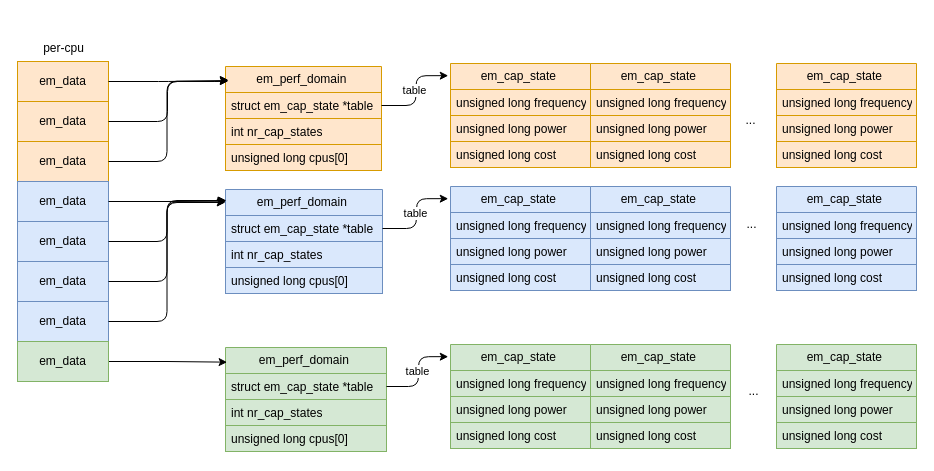
jasonactions/graph keeps this draw.io diagram as energy_model.drawio. Above is the earlier version. Source tidied: cells renumbered, new cells numbered last; positions are measured from the earlier drawing's top-left corner, leaving out a move shared by most shapes. Both pictures are drawn from the tidied source at 100%, with x=0, y=0 at pixel (17, 35).
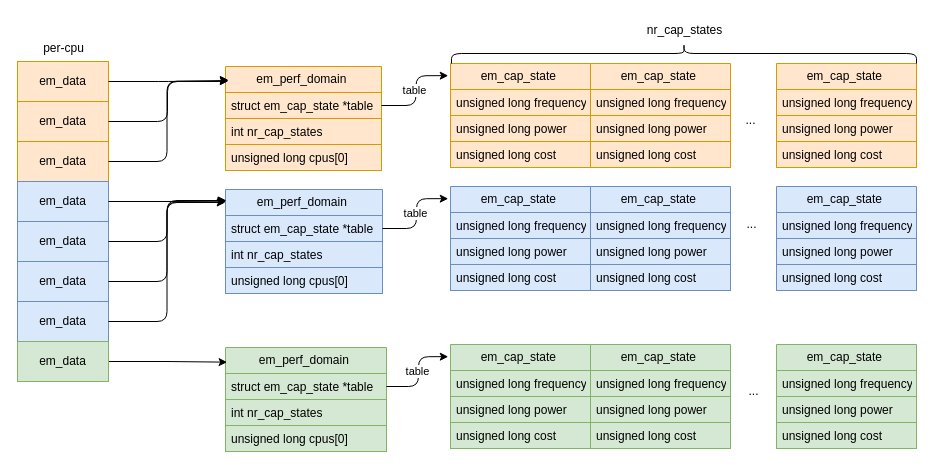
The same page after the edit.

Diff of the diagram source:
```diff
@@
+    <mxCell id="76" style="shape=curlyBracket;whiteSpace=wrap;html=1;rounded=1;labelPosition=left;verticalLabelPosition=middle;align=right;verticalAlign=middle;rotation=90;" parent="1" vertex="1">
+      <mxGeometry x="656.5" y="-214.5" width="20" height="465" as="geometry" />
+    </mxCell>
+    <mxCell id="77" value="&lt;span style=&quot;text-align: left; white-space-collapse: preserve;&quot;&gt;nr_cap_states&lt;/span&gt;" style="text;html=1;align=center;verticalAlign=middle;strokeColor=none;fillColor=none;" parent="1" vertex="1">
+      <mxGeometry x="620" y="-18" width="93" height="26" as="geometry" />
+    </mxCell>
```
